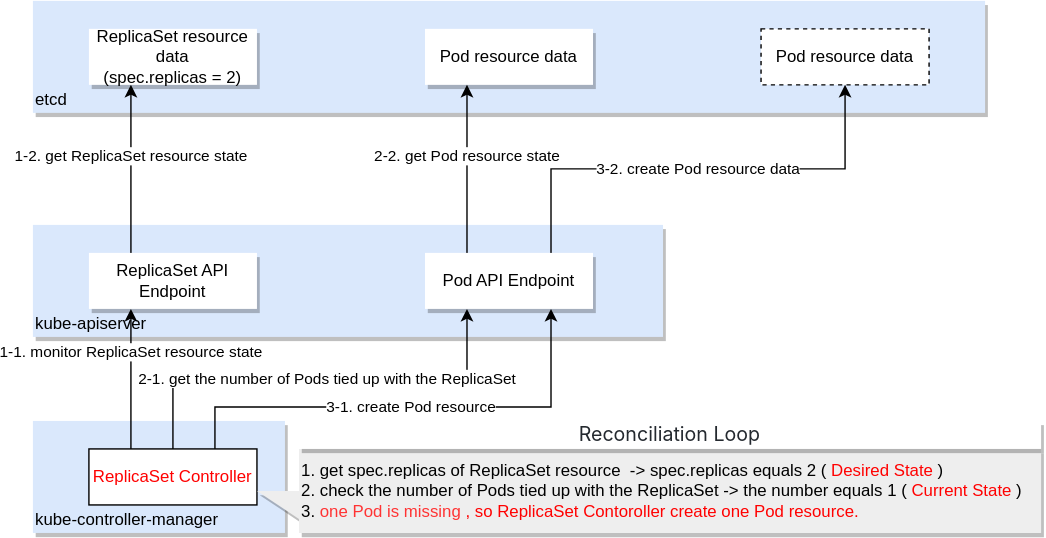
Earlier version of the draw.io export Kubernetes/images/replicaset-controller.drawio.svg (k-makino-jp/sandbox). Source tidied: cells renumbered, new cells last; positions are measured from the earlier drawing's top-left corner, leaving out a move shared by most shapes.
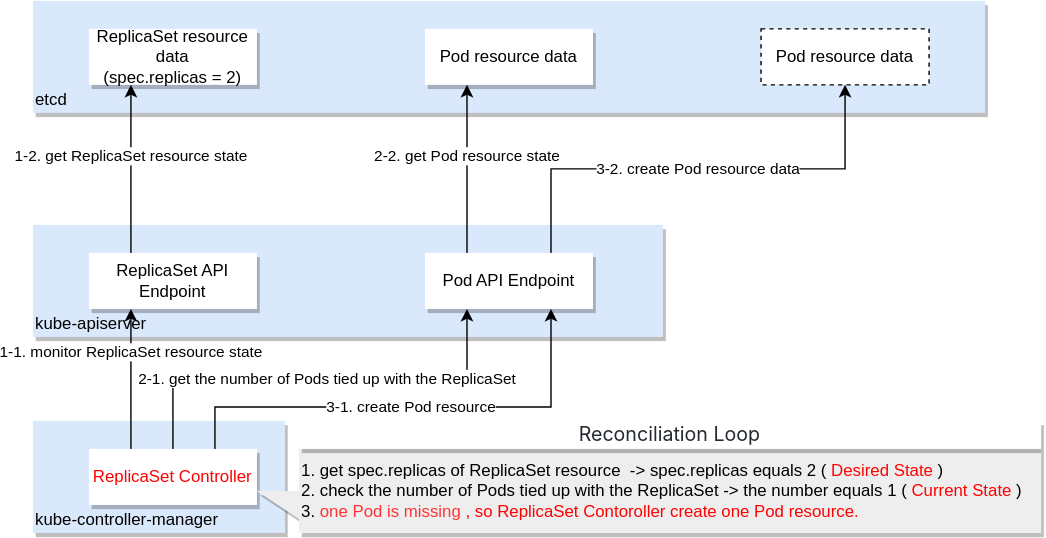
Above is the later version.

What changed in the source:
```diff
@@ -31,7 +31,7 @@
         </Array>
       </mxGeometry>
     </mxCell>
-    <mxCell id="10" value="ReplicaSet Controller" style="rounded=0;whiteSpace=wrap;html=1;fontColor=#FF0000;" parent="1" vertex="1">
+    <mxCell id="10" value="ReplicaSet Controller" style="rounded=0;whiteSpace=wrap;html=1;fontColor=#FF0000;strokeColor=none;shadow=1;" parent="1" vertex="1">
       <mxGeometry x="40" y="320" width="120" height="40" as="geometry" />
     </mxCell>
     <mxCell id="11" value="ReplicaSet resource data&lt;br&gt;(spec.replicas = 2)" style="rounded=0;whiteSpace=wrap;html=1;strokeColor=none;shadow=1;" parent="1" vertex="1">
```
